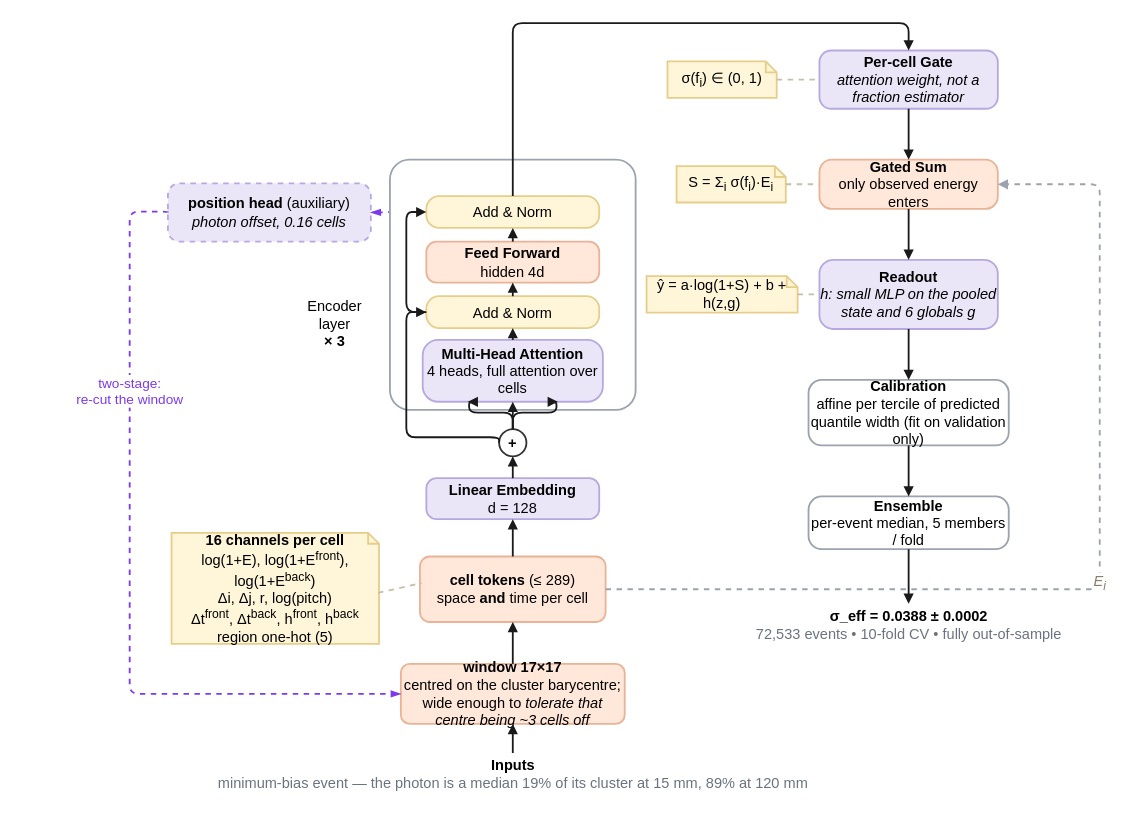
Lworakan/GSoC2026-picocal-spacetime-transformer keeps this draw.io diagram as paper/spacetformer.drawio. Above is the earlier version. Source tidied: cells renumbered, new cells numbered last; positions are measured from the earlier drawing's top-left corner, leaving out a move shared by most shapes. Both pictures are drawn from the tidied source at 91%, with x=0, y=0 at pixel (129, 23).
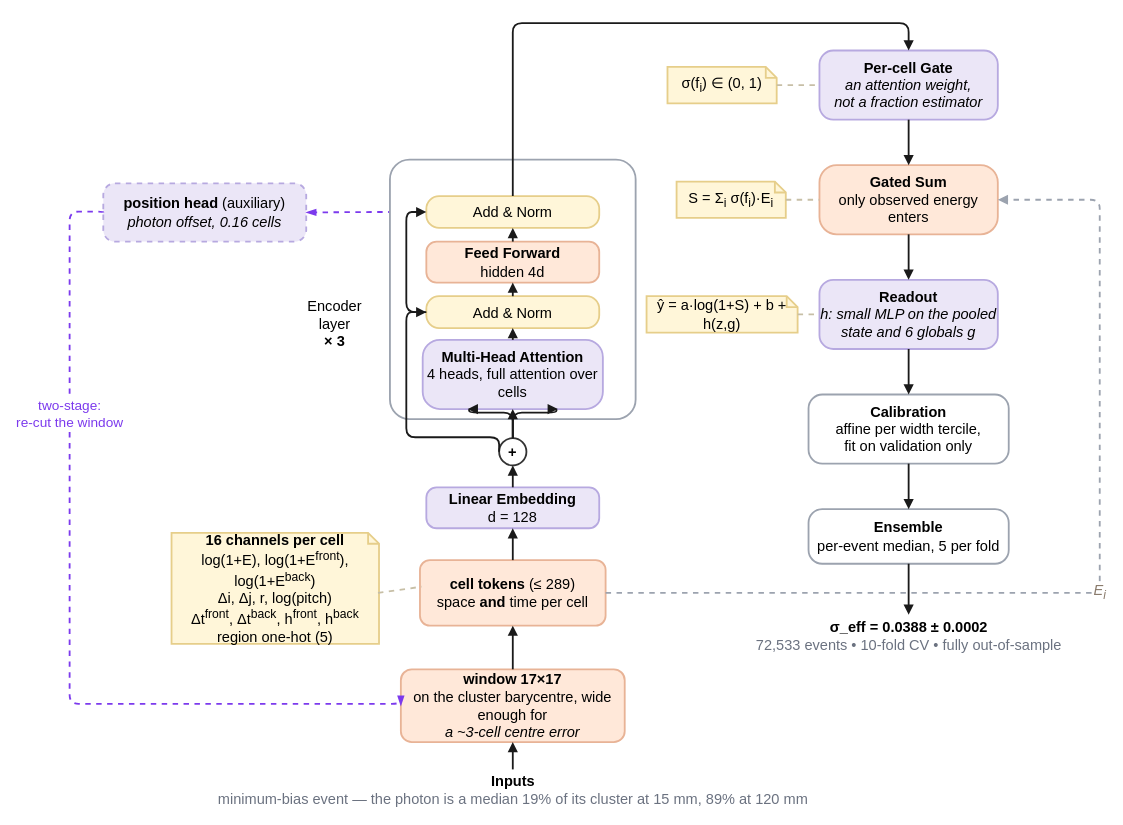
After the change.

Commit message (it also covers changes not shown here):
paper: no text outside a box, and the auxiliary arrow is long enough to read

What changed in the source:
```diff
@@
     <mxCell id="2" value="&lt;b&gt;Inputs&lt;/b&gt;&lt;br&gt;&lt;font color=&quot;#6B7280&quot;&gt;minimum-bias event — the photon is a median 19% of its cluster at 15 mm, 89% at 120 mm&lt;/font&gt;" style="text;html=1;align=center;verticalAlign=middle;fontSize=16;strokeWidth=2;" parent="1" vertex="1">
-      <mxGeometry x="296" y="802" width="250" height="45" as="geometry" />
+      <mxGeometry x="296" y="820" width="250" height="45" as="geometry" />
     </mxCell>
-    <mxCell id="3" value="&lt;b&gt;window 17×17&lt;/b&gt;&lt;br&gt;&lt;font&gt;centred on the cluster barycentre; wide enough to &lt;i&gt;tolerate that centre being ~3 cells off&lt;/i&gt;&lt;/font&gt;" style="rounded=1;arcSize=15;whiteSpace=wrap;html=1;fillColor=#FFE8D9;strokeColor=#E8B396;fontSize=16;strokeWidth=2;" parent="1" vertex="1">
-      <mxGeometry x="298" y="704" width="246" height="66" as="geometry" />
+    <mxCell id="3" value="&lt;b&gt;window 17×17&lt;/b&gt;&lt;br&gt;&lt;font&gt;on the cluster barycentre, wide enough for&lt;br&gt;&lt;i&gt;a ~3-cell centre error&lt;/i&gt;&lt;/font&gt;" style="rounded=1;arcSize=15;whiteSpace=wrap;html=1;fillColor=#FFE8D9;strokeColor=#E8B396;fontSize=16;strokeWidth=2;" parent="1" vertex="1">
+      <mxGeometry x="298" y="710" width="246" height="80" as="geometry" />
     </mxCell>
     <mxCell id="4" value="&lt;b&gt;cell tokens&lt;/b&gt; (≤ 289)&lt;br&gt;&lt;font&gt;space &lt;b&gt;and&lt;/b&gt; time per cell&lt;/font&gt;" style="rounded=1;arcSize=15;whiteSpace=wrap;html=1;fillColor=#FFE8D9;strokeColor=#E8B396;fontSize=16;strokeWidth=2;" parent="1" vertex="1">
-      <mxGeometry x="319" y="586" width="204" height="72" as="geometry" />
+      <mxGeometry x="319" y="590" width="204" height="72" as="geometry" />
     </mxCell>
@@
     <mxCell id="7" value="&lt;b&gt;Linear Embedding&lt;/b&gt;&lt;br&gt;&lt;font&gt;d = 128&lt;/font&gt;" style="rounded=1;arcSize=25;whiteSpace=wrap;html=1;fillColor=#EBE6F7;strokeColor=#B7A9E0;fontSize=16;strokeWidth=2;" parent="1" vertex="1">
-      <mxGeometry x="326" y="500" width="190" height="45" as="geometry" />
+      <mxGeometry x="326" y="510" width="190" height="45" as="geometry" />
     </mxCell>
     <mxCell id="8" value="+" style="ellipse;whiteSpace=wrap;html=1;fillColor=#FFFFFF;strokeColor=#333333;fontSize=16;fontStyle=1;strokeWidth=2;" parent="1" vertex="1">
-      <mxGeometry x="406" y="446" width="30" height="30" as="geometry" />
+      <mxGeometry x="406" y="456" width="30" height="30" as="geometry" />
     </mxCell>
     <mxCell id="9" value="&lt;b&gt;position head&lt;/b&gt; (auxiliary)&lt;br&gt;&lt;font&gt;&lt;i&gt;photon offset, 0.16 cells&lt;/i&gt;&lt;/font&gt;" style="rounded=1;arcSize=20;whiteSpace=wrap;html=1;fillColor=#EBE6F7;strokeColor=#B7A9E0;dashed=1;fontSize=16;strokeWidth=2;" parent="1" vertex="1">
-      <mxGeometry x="42" y="176" width="223" height="64" as="geometry" />
+      <mxGeometry x="-29" y="176" width="223" height="64" as="geometry" />
     </mxCell>
@@
     <mxCell id="11" value="two-stage:&lt;br&gt;re-cut the window" style="edgeStyle=orthogonalEdgeStyle;rounded=1;html=1;strokeColor=#7C3AED;strokeWidth=2;dashed=1;endArrow=blockThin;endFill=1;fontSize=15;fontColor=#7C3AED;labelBackgroundColor=#FFFFFF;exitX=0;exitY=0.5;exitDx=0;exitDy=0;entryX=0;entryY=0.5;entryDx=0;entryDy=0;" parent="1" edge="1" source="9" target="3">
       <mxGeometry x="-0.45" relative="1" as="geometry">
         <Array as="points">
-          <mxPoint y="207" />
-          <mxPoint y="737" />
+          <mxPoint x="-66" y="207" />
+          <mxPoint x="-66" y="748" />
         </Array>
       </mxGeometry>
     </mxCell>
     <mxCell id="12" style="rounded=1;arcSize=8;whiteSpace=wrap;html=1;fillColor=#FFFFFF;strokeColor=#9CA3AF;strokeWidth=2;fontSize=16;" parent="1" vertex="1">
-      <mxGeometry x="286" y="150" width="270" height="275" as="geometry" />
+      <mxGeometry x="286" y="150" width="270" height="285" as="geometry" />
     </mxCell>
@@
     <mxCell id="14" value="&lt;b&gt;Multi-Head Attention&lt;/b&gt;&lt;br&gt;&lt;font&gt;4 heads, full attention over cells&lt;/font&gt;" style="rounded=1;arcSize=25;whiteSpace=wrap;html=1;fillColor=#EBE6F7;strokeColor=#B7A9E0;fontSize=16;strokeWidth=2;" parent="1" vertex="1">
-      <mxGeometry x="322" y="348" width="198" height="68" as="geometry" />
+      <mxGeometry x="322" y="348" width="198" height="76" as="geometry" />
     </mxCell>
@@
-    <mxCell id="18" value="&lt;b&gt;Per-cell Gate&lt;/b&gt;&lt;br&gt;&lt;font&gt;&lt;i&gt;attention weight, not a fraction estimator&lt;/i&gt;&lt;/font&gt;" style="rounded=1;arcSize=20;whiteSpace=wrap;html=1;fillColor=#EBE6F7;strokeColor=#B7A9E0;fontSize=16;strokeWidth=2;" parent="1" vertex="1">
-      <mxGeometry x="758" y="30" width="196" height="64" as="geometry" />
+    <mxCell id="18" value="&lt;b&gt;Per-cell Gate&lt;/b&gt;&lt;br&gt;&lt;font&gt;&lt;i&gt;an attention weight,&lt;br&gt;not a fraction estimator&lt;/i&gt;&lt;/font&gt;" style="rounded=1;arcSize=20;whiteSpace=wrap;html=1;fillColor=#EBE6F7;strokeColor=#B7A9E0;fontSize=16;strokeWidth=2;" parent="1" vertex="1">
+      <mxGeometry x="758" y="30" width="196" height="76" as="geometry" />
     </mxCell>
     <mxCell id="19" value="σ(f&lt;sub&gt;i&lt;/sub&gt;) ∈ (0, 1)" style="shape=note;whiteSpace=wrap;html=1;backgroundOutline=1;size=12;fillColor=#FFF6D9;strokeColor=#E6CE8A;fontSize=16;align=center;strokeWidth=2;" parent="1" vertex="1">
-      <mxGeometry x="591" y="42" width="120" height="40" as="geometry" />
+      <mxGeometry x="591" y="48" width="120" height="40" as="geometry" />
     </mxCell>
@@
     <mxCell id="21" value="&lt;b&gt;Gated Sum&lt;/b&gt;&lt;br&gt;&lt;font&gt;only observed energy enters&lt;/font&gt;" style="rounded=1;arcSize=25;whiteSpace=wrap;html=1;fillColor=#FFE8D9;strokeColor=#E8B396;fontSize=16;strokeWidth=2;" parent="1" vertex="1">
-      <mxGeometry x="758" y="150" width="196" height="54" as="geometry" />
+      <mxGeometry x="758" y="156" width="196" height="76" as="geometry" />
     </mxCell>
     <mxCell id="22" value="S = Σ&lt;sub&gt;i&lt;/sub&gt; σ(f&lt;sub&gt;i&lt;/sub&gt;)·E&lt;sub&gt;i&lt;/sub&gt;" style="shape=note;whiteSpace=wrap;html=1;backgroundOutline=1;size=12;fillColor=#FFF6D9;strokeColor=#E6CE8A;fontSize=16;align=center;strokeWidth=2;" parent="1" vertex="1">
-      <mxGeometry x="601" y="157" width="120" height="40" as="geometry" />
+      <mxGeometry x="601" y="174" width="120" height="40" as="geometry" />
     </mxCell>
@@
     <mxCell id="24" value="&lt;b&gt;Readout&lt;/b&gt;&lt;br&gt;&lt;font&gt;&lt;i&gt;h: small MLP on the pooled&lt;br&gt;state and 6 globals g&lt;/i&gt;&lt;/font&gt;" style="rounded=1;arcSize=20;whiteSpace=wrap;html=1;fillColor=#EBE6F7;strokeColor=#B7A9E0;fontSize=16;strokeWidth=2;" parent="1" vertex="1">
-      <mxGeometry x="758" y="260" width="196" height="76" as="geometry" />
+      <mxGeometry x="758" y="282" width="196" height="76" as="geometry" />
     </mxCell>
     <mxCell id="25" value="ŷ = a·log(1+S) + b + h(z,g)" style="shape=note;whiteSpace=wrap;html=1;backgroundOutline=1;size=12;fillColor=#FFF6D9;strokeColor=#E6CE8A;fontSize=16;align=center;strokeWidth=2;" parent="1" vertex="1">
-      <mxGeometry x="568" y="278" width="166" height="40" as="geometry" />
+      <mxGeometry x="568" y="300" width="166" height="40" as="geometry" />
     </mxCell>
@@
-    <mxCell id="27" value="&lt;b&gt;Calibration&lt;/b&gt;&lt;br&gt;&lt;font&gt;affine per tercile of predicted quantile width (fit on validation only)&lt;/font&gt;" style="rounded=1;arcSize=20;whiteSpace=wrap;html=1;fillColor=#FFFFFF;strokeColor=#9CA3AF;strokeWidth=2;fontSize=16;" parent="1" vertex="1">
-      <mxGeometry x="746" y="392" width="220" height="72" as="geometry" />
+    <mxCell id="27" value="&lt;b&gt;Calibration&lt;/b&gt;&lt;br&gt;&lt;font&gt;affine per width tercile,&lt;br&gt;fit on validation only&lt;/font&gt;" style="rounded=1;arcSize=20;whiteSpace=wrap;html=1;fillColor=#FFFFFF;strokeColor=#9CA3AF;strokeWidth=2;fontSize=16;" parent="1" vertex="1">
+      <mxGeometry x="746" y="408" width="220" height="76" as="geometry" />
     </mxCell>
-    <mxCell id="28" value="&lt;b&gt;Ensemble&lt;/b&gt;&lt;br&gt;&lt;font&gt;per-event median, 5 members / fold&lt;/font&gt;" style="rounded=1;arcSize=25;whiteSpace=wrap;html=1;fillColor=#FFFFFF;strokeColor=#9CA3AF;strokeWidth=2;fontSize=16;" parent="1" vertex="1">
-      <mxGeometry x="746" y="520" width="220" height="58" as="geometry" />
+    <mxCell id="28" value="&lt;b&gt;Ensemble&lt;/b&gt;&lt;br&gt;&lt;font&gt;per-event median, 5 per fold&lt;/font&gt;" style="rounded=1;arcSize=25;whiteSpace=wrap;html=1;fillColor=#FFFFFF;strokeColor=#9CA3AF;strokeWidth=2;fontSize=16;" parent="1" vertex="1">
+      <mxGeometry x="746" y="534" width="220" height="60" as="geometry" />
     </mxCell>
     <mxCell id="29" value="&lt;b&gt;σ_eff = 0.0388 ± 0.0002&lt;/b&gt;&lt;br&gt;&lt;font color=&quot;#6B7280&quot;&gt;72,533 events • 10-fold CV • fully out-of-sample&lt;/font&gt;" style="text;html=1;align=center;verticalAlign=middle;fontSize=16;strokeWidth=2;" parent="1" vertex="1">
-      <mxGeometry x="656" y="638" width="400" height="45" as="geometry" />
+      <mxGeometry x="656" y="650" width="400" height="45" as="geometry" />
     </mxCell>
@@
     <mxCell id="44" value="&lt;i&gt;E&lt;sub&gt;i&lt;/sub&gt;&lt;/i&gt;" style="edgeStyle=orthogonalEdgeStyle;rounded=1;html=1;strokeColor=#9CA3AF;strokeWidth=2;dashed=1;endArrow=block;endFill=1;fontSize=16;fontColor=#8A7B6C;exitX=1;exitY=0.5;exitDx=0;exitDy=0;entryX=1;entryY=0.5;entryDx=0;entryDy=0;" parent="1" edge="1" source="4" target="21">
       <mxGeometry relative="1" as="geometry">
         <Array as="points">
-          <mxPoint x="1066" y="622" />
-          <mxPoint x="1066" y="177" />
+          <mxPoint x="1066" y="626" />
+          <mxPoint x="1066" y="194" />
         </Array>
       </mxGeometry>
     </mxCell>
```
